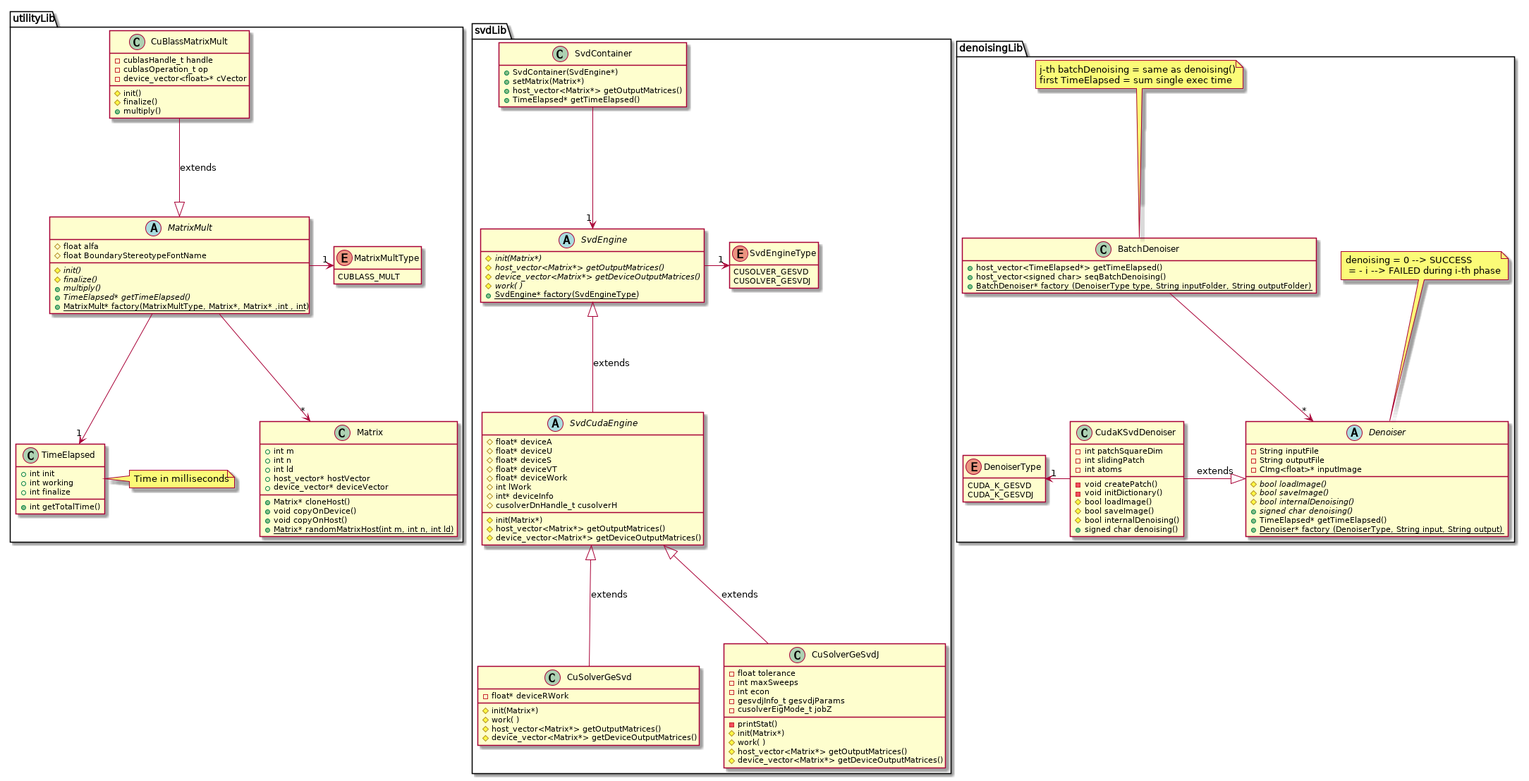
This is uml/out/classDiagram/diagrammaSVD.png from newfla/CUDA-K-SVD-Denoising, a PlantUML export, as it was before one commit.
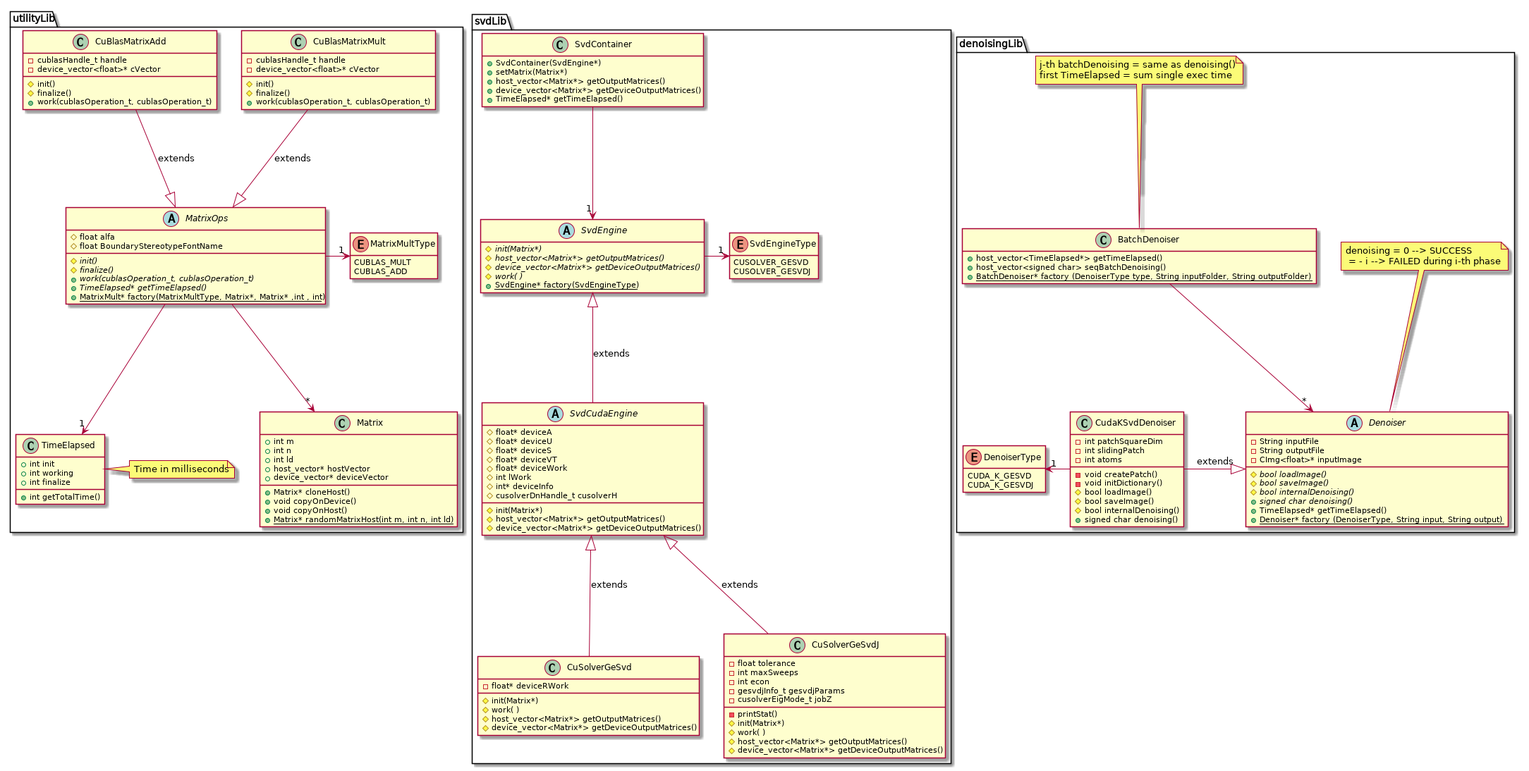
Later version of the same file.

The edit, as a diff of the source:
```diff
@@ -25,36 +25,47 @@
     note right: Time in milliseconds
 
     enum MatrixMultType{
-            CUBLASS_MULT
+            CUBLAS_MULT
+            CUBLAS_ADD
     }
 
-    abstract class MatrixMult{
+    abstract class MatrixOps{
 
         # float alfa
         # float BoundaryStereotypeFontName
 
         {abstract} # init()
         {abstract} # finalize()
-        {abstract} + multiply()
+        {abstract} + work(cublasOperation_t, cublasOperation_t)
         {abstract} + TimeElapsed* getTimeElapsed()
         {static} + MatrixMult* factory(MatrixMultType, Matrix*, Matrix* ,int , int)
     }
 
-    class CuBlassMatrixMult{
+    class CuBlasMatrixMult{
 
         - cublasHandle_t handle
-        - cublasOperation_t op
         - device_vector<float>* cVector
 
         # init()
         # finalize()
-        + multiply()
+        + work(cublasOperation_t, cublasOperation_t)
     }
 
-    MatrixMult --> "*" Matrix
-    MatrixMult --> "1" TimeElapsed
-    MatrixMult -> "1" MatrixMultType
-    CuBlassMatrixMult --|> MatrixMult : extends
+    class CuBlasMatrixAdd{
+
+        - cublasHandle_t handle
+        - device_vector<float>* cVector
+
+        # init()
+        # finalize()
+        + work(cublasOperation_t, cublasOperation_t)
+    }
+
+    MatrixOps --> "*" Matrix
+    MatrixOps --> "1" TimeElapsed
+    MatrixOps -> "1" MatrixMultType
+    CuBlasMatrixMult --|> MatrixOps : extends
+    CuBlasMatrixAdd --|> MatrixOps : extends
 
     hide MatrixMultType methods
 }
@@ -82,8 +93,8 @@
         # cusolverDnHandle_t cusolverH
 
 
-        #  init(Matrix*)
-        #  host_vector<Matrix*> getOutputMatrices()
+        # init(Matrix*)
+        # host_vector<Matrix*> getOutputMatrices()
         # device_vector<Matrix*> getDeviceOutputMatrices()
     }
 
@@ -122,6 +133,7 @@
         + SvdContainer(SvdEngine*)
         + setMatrix(Matrix*)
         + host_vector<Matrix*> getOutputMatrices()
+        + device_vector<Matrix*> getDeviceOutputMatrices()
         + TimeElapsed* getTimeElapsed()
     }
 
```
